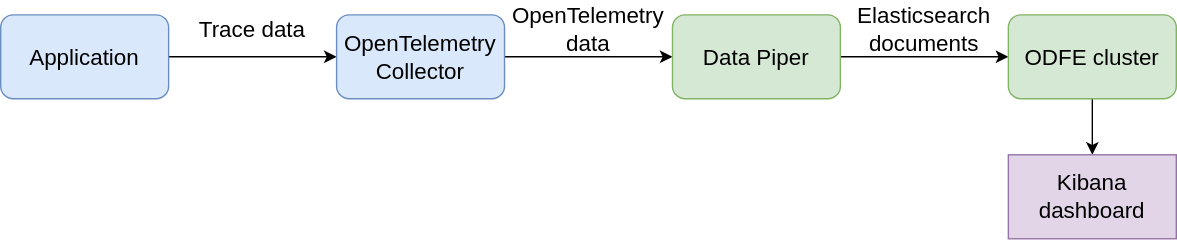
The draw.io diagram docs/images/ta.svg in opendistro/for-elasticsearch-docs, before a commit. Source tidied: cells renumbered, new cells last; positions are measured from the earlier drawing's top-left corner, leaving out a move shared by most shapes. Its diagram source:
```xml
<mxGraphModel>
  <root>
    <mxCell id="0" />
    <mxCell id="1" parent="0" />
    <mxCell id="2" style="edgeStyle=orthogonalEdgeStyle;rounded=0;jettySize=auto;html=1;fontSize=16;" parent="1" edge="1" source="3" target="5">
      <mxGeometry relative="1" as="geometry" />
    </mxCell>
    <mxCell id="3" value="Application" style="rounded=1;whiteSpace=wrap;html=1;fillColor=#dae8fc;strokeColor=#6c8ebf;fontSize=16;" parent="1" vertex="1">
      <mxGeometry y="10" width="120" height="60" as="geometry" />
    </mxCell>
    <mxCell id="4" style="edgeStyle=orthogonalEdgeStyle;rounded=0;jettySize=auto;html=1;fontSize=16;" parent="1" edge="1" source="5" target="7">
      <mxGeometry relative="1" as="geometry" />
    </mxCell>
    <mxCell id="5" value="OpenTelemetry Collector" style="rounded=1;whiteSpace=wrap;html=1;fillColor=#dae8fc;strokeColor=#6c8ebf;fontSize=16;" parent="1" vertex="1">
      <mxGeometry x="240" y="10" width="120" height="60" as="geometry" />
    </mxCell>
    <mxCell id="6" style="edgeStyle=orthogonalEdgeStyle;rounded=0;jettySize=auto;html=1;fontSize=16;" parent="1" edge="1" source="7" target="9">
      <mxGeometry relative="1" as="geometry" />
    </mxCell>
    <mxCell id="7" value="Data Piper" style="rounded=1;whiteSpace=wrap;html=1;fillColor=#d5e8d4;strokeColor=#82b366;fontSize=16;" parent="1" vertex="1">
      <mxGeometry x="480" y="10" width="120" height="60" as="geometry" />
    </mxCell>
    <mxCell id="8" style="edgeStyle=orthogonalEdgeStyle;rounded=0;jettySize=auto;html=1;fontSize=16;" parent="1" edge="1" source="9" target="13">
      <mxGeometry relative="1" as="geometry" />
    </mxCell>
    <mxCell id="9" value="ODFE cluster" style="rounded=1;whiteSpace=wrap;html=1;fillColor=#d5e8d4;strokeColor=#82b366;fontSize=16;" parent="1" vertex="1">
      <mxGeometry x="720" y="10" width="120" height="60" as="geometry" />
    </mxCell>
    <mxCell id="10" value="Trace data" style="text;html=1;strokeColor=none;fillColor=none;align=center;verticalAlign=middle;whiteSpace=wrap;rounded=0;fontSize=16;" parent="1" vertex="1">
      <mxGeometry x="120" width="120" height="40" as="geometry" />
    </mxCell>
    <mxCell id="11" value="OpenTelemetry data" style="text;html=1;strokeColor=none;fillColor=none;align=center;verticalAlign=middle;whiteSpace=wrap;rounded=0;fontSize=16;" parent="1" vertex="1">
      <mxGeometry x="360" width="120" height="40" as="geometry" />
    </mxCell>
    <mxCell id="12" value="Elasticsearch documents" style="text;html=1;strokeColor=none;fillColor=none;align=center;verticalAlign=middle;whiteSpace=wrap;rounded=0;fontSize=16;" parent="1" vertex="1">
      <mxGeometry x="600" width="120" height="40" as="geometry" />
    </mxCell>
    <mxCell id="13" value="Kibana dashboard" style="rounded=0;whiteSpace=wrap;html=1;fillColor=#e1d5e7;strokeColor=#9673a6;fontSize=16;" parent="1" vertex="1">
      <mxGeometry x="720" y="110" width="120" height="60" as="geometry" />
    </mxCell>
  </root>
</mxGraphModel>
```
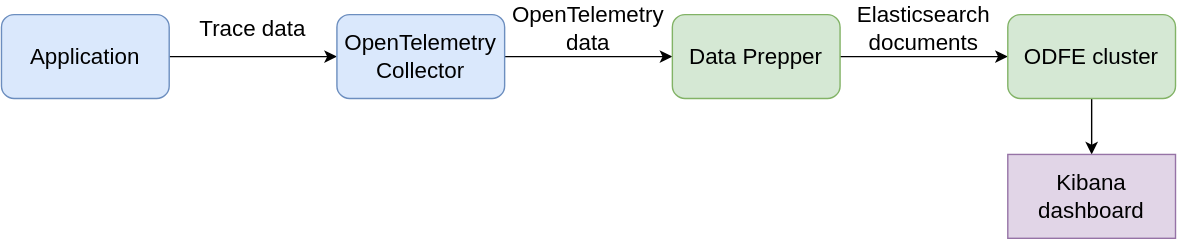
The same file after the commit.

Diff of the diagram source:
```diff
@@ -17,7 +17,7 @@
     <mxCell id="6" style="edgeStyle=orthogonalEdgeStyle;rounded=0;jettySize=auto;html=1;fontSize=16;" parent="1" edge="1" source="7" target="9">
       <mxGeometry relative="1" as="geometry" />
     </mxCell>
-    <mxCell id="7" value="Data Piper" style="rounded=1;whiteSpace=wrap;html=1;fillColor=#d5e8d4;strokeColor=#82b366;fontSize=16;" parent="1" vertex="1">
+    <mxCell id="7" value="Data Prepper" style="rounded=1;whiteSpace=wrap;html=1;fillColor=#d5e8d4;strokeColor=#82b366;fontSize=16;" parent="1" vertex="1">
       <mxGeometry x="480" y="10" width="120" height="60" as="geometry" />
     </mxCell>
     <mxCell id="8" style="edgeStyle=orthogonalEdgeStyle;rounded=0;jettySize=auto;html=1;fontSize=16;" parent="1" edge="1" source="9" target="13">
```
